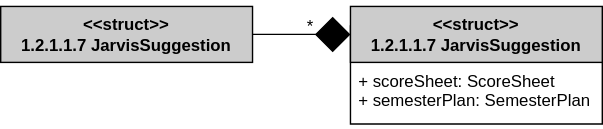
Earlier version of the draw.io export Logic/TeamTwoFiles/1.2.1.1.7JarvisSuggestionClassDiagram.svg (MckennahPalmer/CSE430). Source tidied: cells renumbered, new cells last; positions are measured from the earlier drawing's top-left corner, leaving out a move shared by most shapes. The source it was exported from:
```xml
<mxGraphModel>
  <root>
    <mxCell id="0" />
    <mxCell id="1" parent="0" />
    <mxCell id="2" value="JarvisSuggestion" style="swimlane;fontStyle=1;align=center;verticalAlign=top;horizontal=1;startSize=26;whiteSpace=wrap;html=1;fillColor=#CCCCCC;" parent="1" vertex="1">
      <mxGeometry x="250" y="14" width="180" height="70" as="geometry" />
    </mxCell>
    <mxCell id="3" value="+ scoreSheet: ScoreSheet&lt;br&gt;+ semesterPlan: SemesterPlan" style="text;strokeColor=none;fillColor=none;align=left;verticalAlign=top;spacingLeft=4;spacingRight=4;overflow=hidden;whiteSpace=wrap;html=1;" parent="2" vertex="1">
      <mxGeometry y="26" width="180" height="44" as="geometry" />
    </mxCell>
    <mxCell id="4" value="&amp;lt;&amp;lt;struct&amp;gt;&amp;gt;&lt;br&gt;1.2.1.1.7 JarvisSuggestion" style="rounded=0;whiteSpace=wrap;html=1;fontStyle=1;fillColor=#CCCCCC;" parent="1" vertex="1">
      <mxGeometry x="250" width="180" height="40" as="geometry" />
    </mxCell>
    <mxCell id="5" value="&amp;lt;&amp;lt;struct&amp;gt;&amp;gt;&lt;br&gt;1.2.1.1.7 JarvisSuggestion" style="rounded=0;whiteSpace=wrap;html=1;fontStyle=1;fillColor=#CCCCCC;" parent="1" vertex="1">
      <mxGeometry width="180" height="40" as="geometry" />
    </mxCell>
    <mxCell id="6" style="group;" parent="1" vertex="1">
      <mxGeometry x="166" width="84" height="30" as="geometry" />
    </mxCell>
    <mxCell id="7" value="*" style="text;html=1;align=right;verticalAlign=middle;whiteSpace=wrap;rounded=0;" parent="6" vertex="1">
      <mxGeometry width="60" height="30" as="geometry" />
    </mxCell>
    <mxCell id="8" style="endArrow=diamond;html=1;rounded=0;endFill=1;endSize=23;entryX=0;entryY=0.5;entryDx=0;entryDy=0;exitX=1;exitY=0.5;exitDx=0;exitDy=0;" parent="1" edge="1" source="5" target="4">
      <mxGeometry relative="1" as="geometry" />
    </mxCell>
    <mxCell id="9" style="group;" parent="1" vertex="1">
      <mxGeometry x="176" y="10" width="84" height="30" as="geometry" />
    </mxCell>
    <mxCell id="10" value="*" style="text;html=1;align=right;verticalAlign=middle;whiteSpace=wrap;rounded=0;" parent="9" vertex="1">
      <mxGeometry width="60" height="30" as="geometry" />
    </mxCell>
  </root>
</mxGraphModel>
```
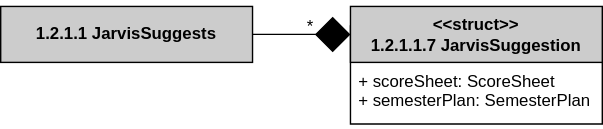
The same file after the commit.

Change to the diagram source:
```diff
@@ -11,7 +11,7 @@
     <mxCell id="4" value="&amp;lt;&amp;lt;struct&amp;gt;&amp;gt;&lt;br&gt;1.2.1.1.7 JarvisSuggestion" style="rounded=0;whiteSpace=wrap;html=1;fontStyle=1;fillColor=#CCCCCC;" parent="1" vertex="1">
       <mxGeometry x="250" width="180" height="40" as="geometry" />
     </mxCell>
-    <mxCell id="5" value="&amp;lt;&amp;lt;struct&amp;gt;&amp;gt;&lt;br&gt;1.2.1.1.7 JarvisSuggestion" style="rounded=0;whiteSpace=wrap;html=1;fontStyle=1;fillColor=#CCCCCC;" parent="1" vertex="1">
+    <mxCell id="5" value="1.2.1.1 JarvisSuggests" style="rounded=0;whiteSpace=wrap;html=1;fontStyle=1;fillColor=#CCCCCC;" parent="1" vertex="1">
       <mxGeometry width="180" height="40" as="geometry" />
     </mxCell>
     <mxCell id="6" style="group;" parent="1" vertex="1">
```
